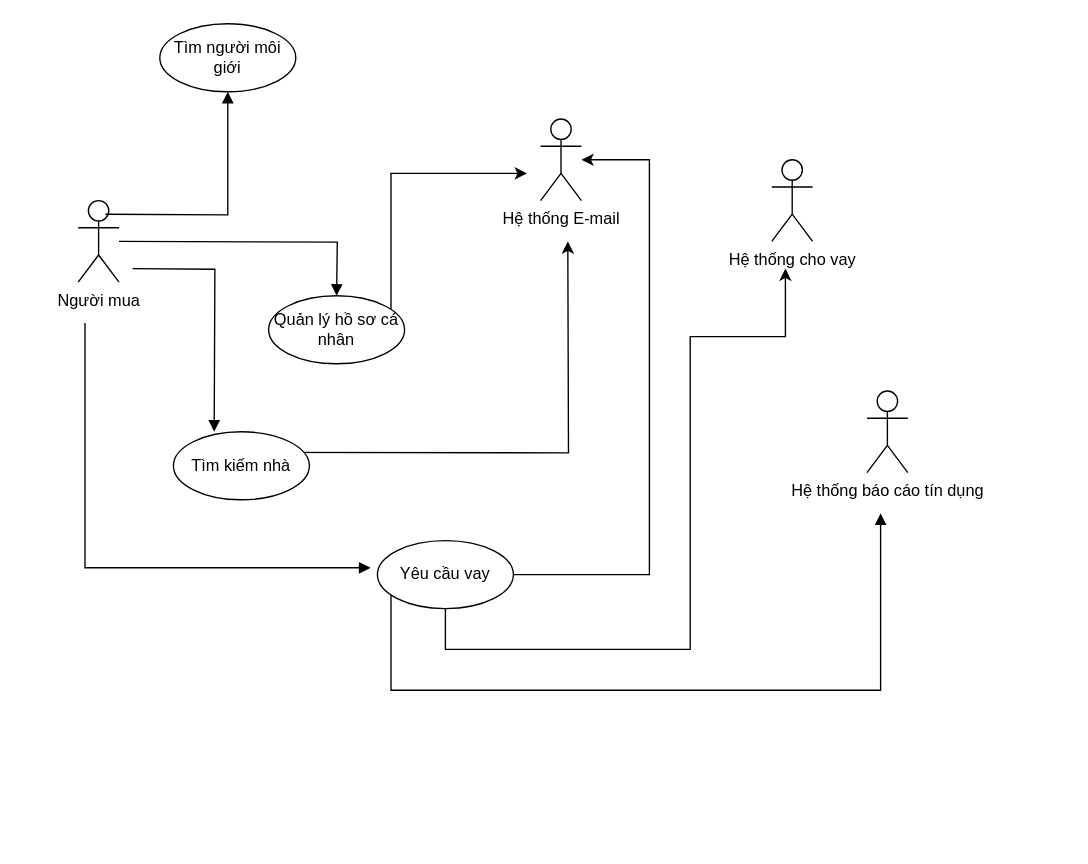
This is Biểu đồ không có tiêu đề.drawio from letham1612/test.ithub, a draw.io file, before an edit. Source tidied: cells renumbered, new cells numbered last; positions are measured from the earlier drawing's top-left corner, leaving out a move shared by most shapes. Both pictures are drawn from the tidied source at 136%, with x=0, y=0 at pixel (78, 23).
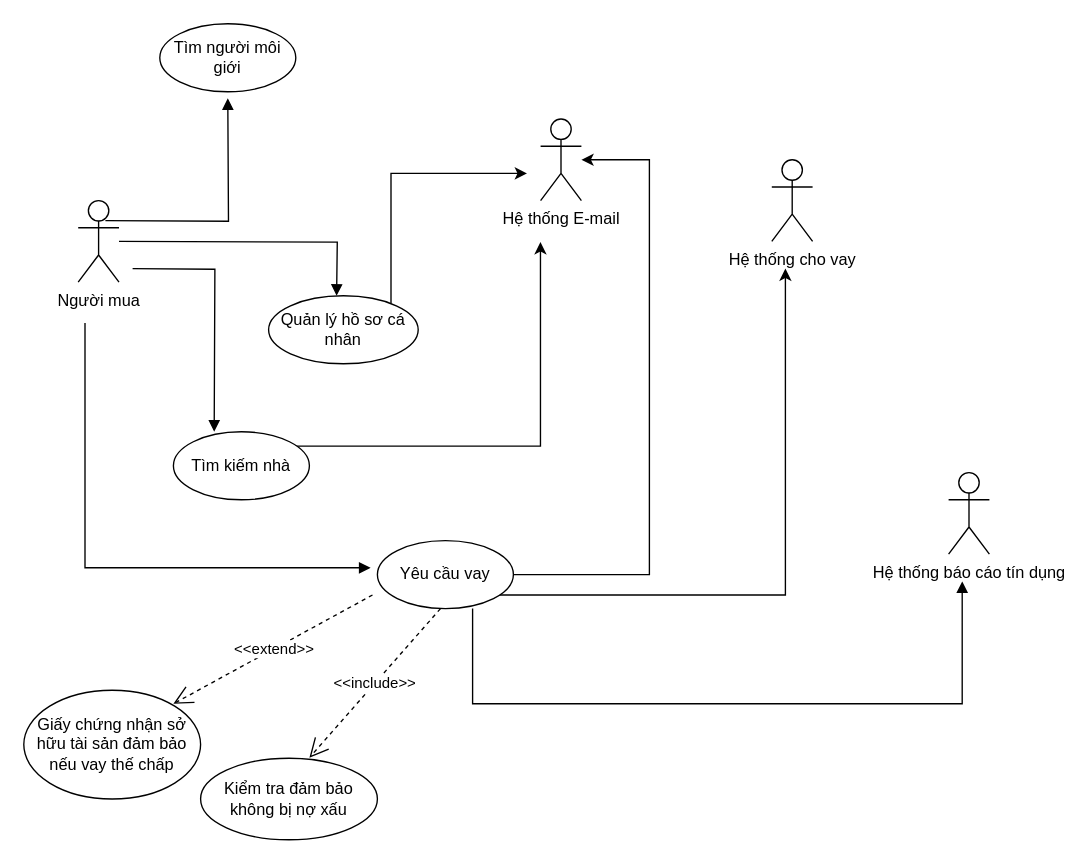
Above is the later version.

The change refers to these unchanged cells:
```xml
<mxCell id="6" value="Tìm người môi giới" style="ellipse;whiteSpace=wrap;html=1;" parent="1" vertex="1">
  <mxGeometry x="60" width="100" height="50" as="geometry" />
</mxCell>
```

Change to the diagram source:
```diff
@@
     <mxCell id="5" value="Hệ thống báo cáo tín dụng" style="shape=umlActor;verticalLabelPosition=bottom;verticalAlign=top;html=1;" parent="1" vertex="1">
-      <mxGeometry x="580" y="270" width="30" height="60" as="geometry" />
+      <mxGeometry x="640" y="330" width="30" height="60" as="geometry" />
     </mxCell>
@@
     <mxCell id="8" style="edgeStyle=orthogonalEdgeStyle;rounded=0;orthogonalLoop=1;jettySize=auto;html=1;" parent="1" edge="1">
       <mxGeometry relative="1" as="geometry">
         <mxPoint x="270" y="420" as="sourcePoint" />
         <mxPoint x="520" y="180" as="targetPoint" />
         <Array as="points">
-          <mxPoint x="270" y="460" />
-          <mxPoint x="450" y="460" />
-          <mxPoint x="450" y="230" />
-          <mxPoint x="520" y="230" />
-          <mxPoint x="520" y="190" />
+          <mxPoint x="520" y="420" />
         </Array>
       </mxGeometry>
     </mxCell>
@@
     <mxCell id="10" style="edgeStyle=orthogonalEdgeStyle;rounded=0;orthogonalLoop=1;jettySize=auto;html=1;" parent="1" edge="1">
       <mxGeometry relative="1" as="geometry">
-        <mxPoint x="80" y="315" as="sourcePoint" />
-        <mxPoint x="360" y="160" as="targetPoint" />
+        <mxPoint x="109.9" y="330" as="sourcePoint" />
+        <mxPoint x="339.9" y="160.5" as="targetPoint" />
+        <Array as="points">
+          <mxPoint x="109.9" y="310.5" />
+          <mxPoint x="339.9" y="310.5" />
+        </Array>
       </mxGeometry>
     </mxCell>
@@
     <mxCell id="13" value="Quản lý hồ sơ cá nhân" style="ellipse;whiteSpace=wrap;html=1;" parent="1" vertex="1">
-      <mxGeometry x="140" y="200" width="100" height="50" as="geometry" />
+      <mxGeometry x="140" y="200" width="110" height="50" as="geometry" />
     </mxCell>
@@
-    <mxCell id="16" style="endArrow=block;endFill=1;html=1;edgeStyle=orthogonalEdgeStyle;align=left;verticalAlign=top;rounded=0;entryX=0.5;entryY=1;entryDx=0;entryDy=0;" parent="1" edge="1" target="6">
+    <mxCell id="16" style="endArrow=block;endFill=1;html=1;edgeStyle=orthogonalEdgeStyle;align=left;verticalAlign=top;rounded=0;entryX=0.5;entryY=1;entryDx=0;entryDy=0;" parent="1" edge="1">
       <mxGeometry x="-1" relative="1" as="geometry">
-        <mxPoint x="20" y="140" as="sourcePoint" />
+        <mxPoint x="20" y="144.7" as="sourcePoint" />
+        <mxPoint x="110" y="54.7" as="targetPoint" />
       </mxGeometry>
     </mxCell>
@@
     <mxCell id="18" style="endArrow=block;endFill=1;html=1;edgeStyle=orthogonalEdgeStyle;align=left;verticalAlign=top;rounded=0;" parent="1" edge="1">
       <mxGeometry x="-1" relative="1" as="geometry">
-        <mxPoint x="230" y="420" as="sourcePoint" />
-        <mxPoint x="590" y="360" as="targetPoint" />
+        <mxPoint x="290" y="440" as="sourcePoint" />
+        <mxPoint x="650" y="410" as="targetPoint" />
         <Array as="points">
-          <mxPoint x="230" y="490" />
-          <mxPoint x="590" y="490" />
-          <mxPoint x="590" y="360" />
+          <mxPoint x="290" y="430" />
+          <mxPoint x="290" y="500" />
+          <mxPoint x="650" y="500" />
         </Array>
       </mxGeometry>
     </mxCell>
+    <mxCell id="19" value="&amp;lt;&amp;lt;include&amp;gt;&amp;gt;" style="endArrow=open;endSize=12;dashed=1;html=1;rounded=0;exitX=0.064;exitY=0.808;exitDx=0;exitDy=0;exitPerimeter=0;" parent="1" edge="1">
+      <mxGeometry relative="1" as="geometry">
+        <mxPoint x="266.4" y="430" as="sourcePoint" />
+        <mxPoint x="170" y="539.6" as="targetPoint" />
+      </mxGeometry>
+    </mxCell>
+    <mxCell id="20" value="Kiểm tra đảm bảo không bị nợ xấu" style="ellipse;whiteSpace=wrap;html=1;" parent="1" vertex="1">
+      <mxGeometry x="90" y="540" width="130" height="60" as="geometry" />
+    </mxCell>
+    <mxCell id="21" value="&amp;lt;&amp;lt;extend&amp;gt;&amp;gt;" style="endArrow=open;endSize=12;dashed=1;html=1;rounded=0;exitX=0.064;exitY=0.808;exitDx=0;exitDy=0;exitPerimeter=0;" parent="1" edge="1">
+      <mxGeometry relative="1" as="geometry">
+        <mxPoint x="216.4" y="420" as="sourcePoint" />
+        <mxPoint x="70" y="500" as="targetPoint" />
+      </mxGeometry>
+    </mxCell>
+    <mxCell id="22" value="Giấy chứng nhận sở hữu tài sản đảm bảo&lt;br&gt;nếu vay thế chấp" style="ellipse;whiteSpace=wrap;html=1;" parent="1" vertex="1">
+      <mxGeometry x="-40" y="490" width="130" height="80" as="geometry" />
+    </mxCell>
```
